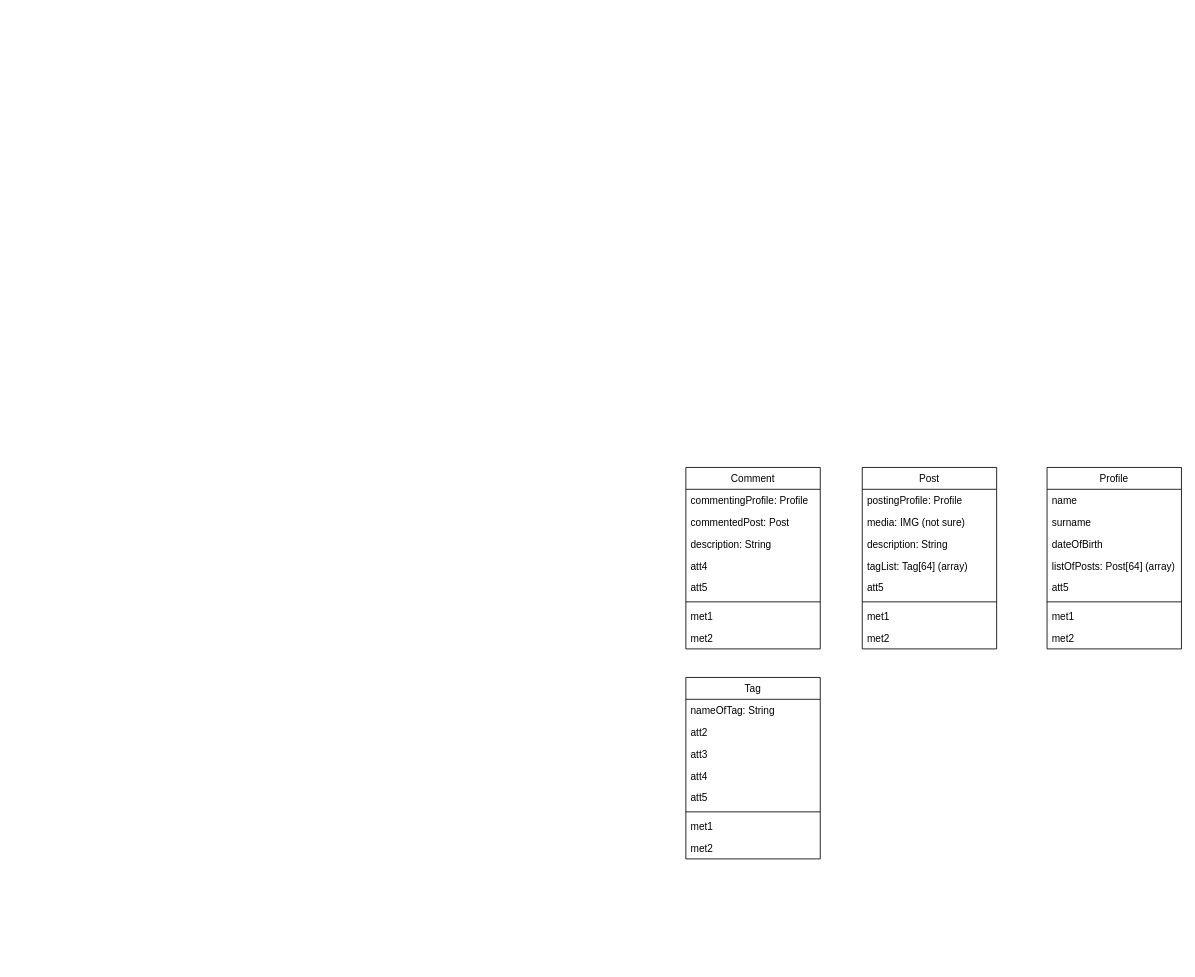
Above: Cmpe352_Class_Diagram.drawio in Pqrq/Cmpe_352_Project (draw.io), before the change. Source tidied: cells renumbered, new cells numbered last; positions are measured from the earlier drawing's top-left corner, leaving out a move shared by most shapes. Both pictures are drawn from the tidied source at 84%, with x=0, y=0 at pixel (685, 467).
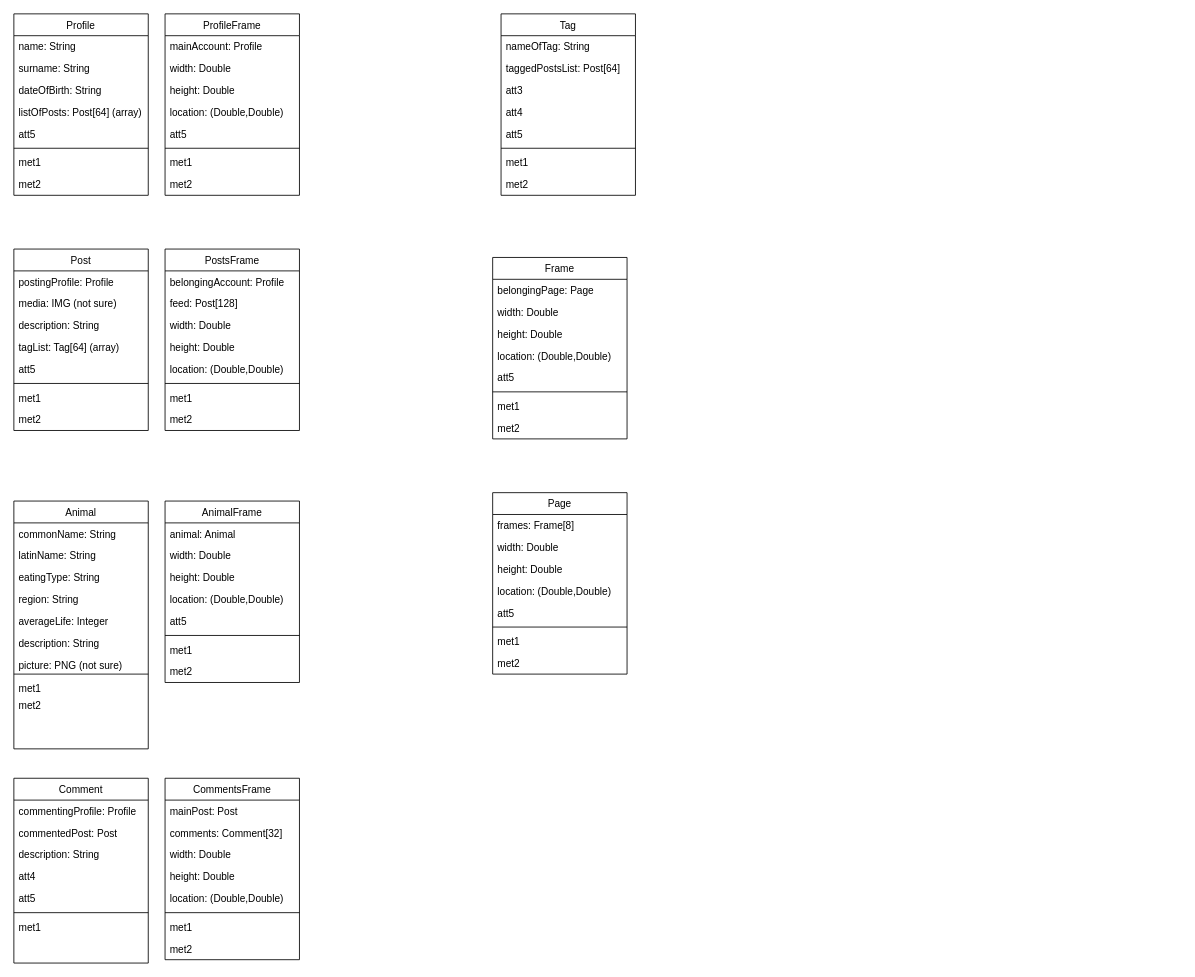
Above is the later version.

What changed in the source:
```diff
@@
     <mxCell id="2" value="Post" style="swimlane;fontStyle=0;align=center;verticalAlign=top;horizontal=1;startSize=26;rounded=0;shadow=0;strokeWidth=1;" parent="1" vertex="1">
-      <mxGeometry x="210" width="160" height="216" as="geometry" />
+      <mxGeometry x="-800" y="-260" width="160" height="216" as="geometry" />
     </mxCell>
@@
     <mxCell id="11" value="Profile" style="swimlane;fontStyle=0;align=center;verticalAlign=top;horizontal=1;startSize=26;rounded=0;shadow=0;strokeWidth=1;" parent="1" vertex="1">
-      <mxGeometry x="430" width="160" height="216" as="geometry" />
+      <mxGeometry x="-800" y="-540" width="160" height="216" as="geometry" />
     </mxCell>
-    <mxCell id="12" value="name" style="text;align=left;verticalAlign=top;spacingLeft=4;spacingRight=4;overflow=hidden;" parent="11" vertex="1">
+    <mxCell id="12" value="name: String" style="text;align=left;verticalAlign=top;spacingLeft=4;spacingRight=4;overflow=hidden;" parent="11" vertex="1">
       <mxGeometry y="26" width="160" height="26" as="geometry" />
     </mxCell>
-    <mxCell id="13" value="surname" style="text;align=left;verticalAlign=top;spacingLeft=4;spacingRight=4;overflow=hidden;rounded=0;shadow=0;html=0;" parent="11" vertex="1">
+    <mxCell id="13" value="surname: String" style="text;align=left;verticalAlign=top;spacingLeft=4;spacingRight=4;overflow=hidden;rounded=0;shadow=0;html=0;" parent="11" vertex="1">
       <mxGeometry y="52" width="160" height="26" as="geometry" />
     </mxCell>
-    <mxCell id="14" value="dateOfBirth" style="text;align=left;verticalAlign=top;spacingLeft=4;spacingRight=4;overflow=hidden;rounded=0;shadow=0;html=0;" parent="11" vertex="1">
+    <mxCell id="14" value="dateOfBirth: String" style="text;align=left;verticalAlign=top;spacingLeft=4;spacingRight=4;overflow=hidden;rounded=0;shadow=0;html=0;" parent="11" vertex="1">
       <mxGeometry y="78" width="160" height="26" as="geometry" />
     </mxCell>
@@
-    <mxCell id="20" value="Comment" style="swimlane;fontStyle=0;align=center;verticalAlign=top;horizontal=1;startSize=26;rounded=0;shadow=0;strokeWidth=1;" parent="1" vertex="1">
-      <mxGeometry width="160" height="216" as="geometry" />
-    </mxCell>
-    <mxCell id="21" value="commentingProfile: Profile" style="text;align=left;verticalAlign=top;spacingLeft=4;spacingRight=4;overflow=hidden;" parent="20" vertex="1">
-      <mxGeometry y="26" width="160" height="26" as="geometry" />
-    </mxCell>
-    <mxCell id="22" value="commentedPost: Post" style="text;align=left;verticalAlign=top;spacingLeft=4;spacingRight=4;overflow=hidden;rounded=0;shadow=0;html=0;" parent="20" vertex="1">
-      <mxGeometry y="52" width="160" height="26" as="geometry" />
-    </mxCell>
-    <mxCell id="23" value="description: String" style="text;align=left;verticalAlign=top;spacingLeft=4;spacingRight=4;overflow=hidden;rounded=0;shadow=0;html=0;" parent="20" vertex="1">
-      <mxGeometry y="78" width="160" height="26" as="geometry" />
-    </mxCell>
-    <mxCell id="24" value="att4" style="text;align=left;verticalAlign=top;spacingLeft=4;spacingRight=4;overflow=hidden;rounded=0;shadow=0;html=0;" parent="20" vertex="1">
-      <mxGeometry y="104" width="160" height="26" as="geometry" />
-    </mxCell>
-    <mxCell id="25" value="att5" style="text;align=left;verticalAlign=top;spacingLeft=4;spacingRight=4;overflow=hidden;rounded=0;shadow=0;html=0;" parent="20" vertex="1">
-      <mxGeometry y="130" width="160" height="26" as="geometry" />
-    </mxCell>
-    <mxCell id="26" style="line;html=1;strokeWidth=1;align=left;verticalAlign=middle;spacingTop=-1;spacingLeft=3;spacingRight=3;labelPosition=right;" parent="20" vertex="1">
-      <mxGeometry y="156" width="160" height="8" as="geometry" />
-    </mxCell>
-    <mxCell id="27" value="met1" style="text;align=left;verticalAlign=top;spacingLeft=4;spacingRight=4;overflow=hidden;" parent="20" vertex="1">
-      <mxGeometry y="164" width="160" height="26" as="geometry" />
-    </mxCell>
-    <mxCell id="28" value="met2" style="text;align=left;verticalAlign=top;spacingLeft=4;spacingRight=4;overflow=hidden;" parent="20" vertex="1">
-      <mxGeometry y="190" width="160" height="20" as="geometry" />
-    </mxCell>
     <mxCell id="29" value="Tag" style="swimlane;fontStyle=0;align=center;verticalAlign=top;horizontal=1;startSize=26;rounded=0;shadow=0;strokeWidth=1;" parent="1" vertex="1">
-      <mxGeometry y="250" width="160" height="216" as="geometry" />
+      <mxGeometry x="-220" y="-540" width="160" height="216" as="geometry" />
     </mxCell>
@@
-    <mxCell id="31" value="att2" style="text;align=left;verticalAlign=top;spacingLeft=4;spacingRight=4;overflow=hidden;rounded=0;shadow=0;html=0;" parent="29" vertex="1">
+    <mxCell id="31" value="taggedPostsList: Post[64]" style="text;align=left;verticalAlign=top;spacingLeft=4;spacingRight=4;overflow=hidden;rounded=0;shadow=0;html=0;" parent="29" vertex="1">
       <mxGeometry y="52" width="160" height="26" as="geometry" />
     </mxCell>
@@
+    <mxCell id="20" value="Comment" style="swimlane;fontStyle=0;align=center;verticalAlign=top;horizontal=1;startSize=26;rounded=0;shadow=0;strokeWidth=1;" parent="1" vertex="1">
+      <mxGeometry x="-800" y="370" width="160" height="220" as="geometry" />
+    </mxCell>
+    <mxCell id="21" value="commentingProfile: Profile" style="text;align=left;verticalAlign=top;spacingLeft=4;spacingRight=4;overflow=hidden;" parent="20" vertex="1">
+      <mxGeometry y="26" width="160" height="26" as="geometry" />
+    </mxCell>
+    <mxCell id="22" value="commentedPost: Post" style="text;align=left;verticalAlign=top;spacingLeft=4;spacingRight=4;overflow=hidden;rounded=0;shadow=0;html=0;" parent="20" vertex="1">
+      <mxGeometry y="52" width="160" height="26" as="geometry" />
+    </mxCell>
+    <mxCell id="23" value="description: String" style="text;align=left;verticalAlign=top;spacingLeft=4;spacingRight=4;overflow=hidden;rounded=0;shadow=0;html=0;" parent="20" vertex="1">
+      <mxGeometry y="78" width="160" height="26" as="geometry" />
+    </mxCell>
+    <mxCell id="24" value="att4" style="text;align=left;verticalAlign=top;spacingLeft=4;spacingRight=4;overflow=hidden;rounded=0;shadow=0;html=0;" parent="20" vertex="1">
+      <mxGeometry y="104" width="160" height="26" as="geometry" />
+    </mxCell>
+    <mxCell id="38" value="att5" style="text;align=left;verticalAlign=top;spacingLeft=4;spacingRight=4;overflow=hidden;rounded=0;shadow=0;html=0;" parent="20" vertex="1">
+      <mxGeometry y="130" width="160" height="26" as="geometry" />
+    </mxCell>
+    <mxCell id="39" style="line;html=1;strokeWidth=1;align=left;verticalAlign=middle;spacingTop=-1;spacingLeft=3;spacingRight=3;labelPosition=right;" parent="20" vertex="1">
+      <mxGeometry y="156" width="160" height="8" as="geometry" />
+    </mxCell>
+    <mxCell id="40" value="met1" style="text;align=left;verticalAlign=top;spacingLeft=4;spacingRight=4;overflow=hidden;" parent="20" vertex="1">
+      <mxGeometry y="164" width="160" height="26" as="geometry" />
+    </mxCell>
+    <mxCell id="41" value="PostsFrame" style="swimlane;fontStyle=0;align=center;verticalAlign=top;horizontal=1;startSize=26;rounded=0;shadow=0;strokeWidth=1;" parent="1" vertex="1">
+      <mxGeometry x="-620" y="-260" width="160" height="216" as="geometry" />
+    </mxCell>
+    <mxCell id="42" value="belongingAccount: Profile" style="text;align=left;verticalAlign=top;spacingLeft=4;spacingRight=4;overflow=hidden;" parent="41" vertex="1">
+      <mxGeometry y="26" width="160" height="26" as="geometry" />
+    </mxCell>
+    <mxCell id="43" value="feed: Post[128]" style="text;align=left;verticalAlign=top;spacingLeft=4;spacingRight=4;overflow=hidden;rounded=0;shadow=0;html=0;" parent="41" vertex="1">
+      <mxGeometry y="52" width="160" height="26" as="geometry" />
+    </mxCell>
+    <mxCell id="44" value="width: Double" style="text;align=left;verticalAlign=top;spacingLeft=4;spacingRight=4;overflow=hidden;rounded=0;shadow=0;html=0;" parent="41" vertex="1">
+      <mxGeometry y="78" width="160" height="26" as="geometry" />
+    </mxCell>
+    <mxCell id="45" value="height: Double" style="text;align=left;verticalAlign=top;spacingLeft=4;spacingRight=4;overflow=hidden;rounded=0;shadow=0;html=0;" parent="41" vertex="1">
+      <mxGeometry y="104" width="160" height="26" as="geometry" />
+    </mxCell>
+    <mxCell id="46" value="location: (Double,Double)" style="text;align=left;verticalAlign=top;spacingLeft=4;spacingRight=4;overflow=hidden;rounded=0;shadow=0;html=0;" parent="41" vertex="1">
+      <mxGeometry y="130" width="160" height="26" as="geometry" />
+    </mxCell>
+    <mxCell id="47" style="line;html=1;strokeWidth=1;align=left;verticalAlign=middle;spacingTop=-1;spacingLeft=3;spacingRight=3;labelPosition=right;" parent="41" vertex="1">
+      <mxGeometry y="156" width="160" height="8" as="geometry" />
+    </mxCell>
+    <mxCell id="48" value="met1" style="text;align=left;verticalAlign=top;spacingLeft=4;spacingRight=4;overflow=hidden;" parent="41" vertex="1">
+      <mxGeometry y="164" width="160" height="26" as="geometry" />
+    </mxCell>
+    <mxCell id="49" value="met2" style="text;align=left;verticalAlign=top;spacingLeft=4;spacingRight=4;overflow=hidden;" parent="41" vertex="1">
+      <mxGeometry y="190" width="160" height="20" as="geometry" />
+    </mxCell>
+    <mxCell id="50" value="CommentsFrame" style="swimlane;fontStyle=0;align=center;verticalAlign=top;horizontal=1;startSize=26;rounded=0;shadow=0;strokeWidth=1;" parent="1" vertex="1">
+      <mxGeometry x="-620" y="370" width="160" height="216" as="geometry" />
+    </mxCell>
+    <mxCell id="51" value="mainPost: Post" style="text;align=left;verticalAlign=top;spacingLeft=4;spacingRight=4;overflow=hidden;" parent="50" vertex="1">
+      <mxGeometry y="26" width="160" height="26" as="geometry" />
+    </mxCell>
+    <mxCell id="52" value="comments: Comment[32]" style="text;align=left;verticalAlign=top;spacingLeft=4;spacingRight=4;overflow=hidden;rounded=0;shadow=0;html=0;" parent="50" vertex="1">
+      <mxGeometry y="52" width="160" height="26" as="geometry" />
+    </mxCell>
+    <mxCell id="53" value="width: Double" style="text;align=left;verticalAlign=top;spacingLeft=4;spacingRight=4;overflow=hidden;rounded=0;shadow=0;html=0;" parent="50" vertex="1">
+      <mxGeometry y="78" width="160" height="26" as="geometry" />
+    </mxCell>
+    <mxCell id="54" value="height: Double" style="text;align=left;verticalAlign=top;spacingLeft=4;spacingRight=4;overflow=hidden;rounded=0;shadow=0;html=0;" parent="50" vertex="1">
+      <mxGeometry y="104" width="160" height="26" as="geometry" />
+    </mxCell>
+    <mxCell id="55" value="location: (Double,Double)" style="text;align=left;verticalAlign=top;spacingLeft=4;spacingRight=4;overflow=hidden;rounded=0;shadow=0;html=0;" parent="50" vertex="1">
+      <mxGeometry y="130" width="160" height="26" as="geometry" />
+    </mxCell>
+    <mxCell id="56" style="line;html=1;strokeWidth=1;align=left;verticalAlign=middle;spacingTop=-1;spacingLeft=3;spacingRight=3;labelPosition=right;" parent="50" vertex="1">
+      <mxGeometry y="156" width="160" height="8" as="geometry" />
+    </mxCell>
+    <mxCell id="57" value="met1" style="text;align=left;verticalAlign=top;spacingLeft=4;spacingRight=4;overflow=hidden;" parent="50" vertex="1">
+      <mxGeometry y="164" width="160" height="26" as="geometry" />
+    </mxCell>
+    <mxCell id="58" value="met2" style="text;align=left;verticalAlign=top;spacingLeft=4;spacingRight=4;overflow=hidden;" parent="50" vertex="1">
+      <mxGeometry y="190" width="160" height="20" as="geometry" />
+    </mxCell>
+    <mxCell id="59" value="Animal" style="swimlane;fontStyle=0;align=center;verticalAlign=top;horizontal=1;startSize=26;rounded=0;shadow=0;strokeWidth=1;" parent="1" vertex="1">
+      <mxGeometry x="-800" y="40" width="160" height="295" as="geometry" />
+    </mxCell>
+    <mxCell id="60" value="commonName: String" style="text;align=left;verticalAlign=top;spacingLeft=4;spacingRight=4;overflow=hidden;" parent="59" vertex="1">
+      <mxGeometry y="26" width="160" height="26" as="geometry" />
+    </mxCell>
+    <mxCell id="61" value="latinName: String" style="text;align=left;verticalAlign=top;spacingLeft=4;spacingRight=4;overflow=hidden;rounded=0;shadow=0;html=0;" parent="59" vertex="1">
+      <mxGeometry y="52" width="160" height="26" as="geometry" />
+    </mxCell>
+    <mxCell id="62" value="eatingType: String" style="text;align=left;verticalAlign=top;spacingLeft=4;spacingRight=4;overflow=hidden;rounded=0;shadow=0;html=0;" parent="59" vertex="1">
+      <mxGeometry y="78" width="160" height="26" as="geometry" />
+    </mxCell>
+    <mxCell id="63" value="region: String" style="text;align=left;verticalAlign=top;spacingLeft=4;spacingRight=4;overflow=hidden;rounded=0;shadow=0;html=0;" parent="59" vertex="1">
+      <mxGeometry y="104" width="160" height="26" as="geometry" />
+    </mxCell>
+    <mxCell id="64" value="averageLife: Integer" style="text;align=left;verticalAlign=top;spacingLeft=4;spacingRight=4;overflow=hidden;rounded=0;shadow=0;html=0;" parent="59" vertex="1">
+      <mxGeometry y="130" width="160" height="26" as="geometry" />
+    </mxCell>
+    <mxCell id="65" value="description: String" style="text;align=left;verticalAlign=top;spacingLeft=4;spacingRight=4;overflow=hidden;" parent="59" vertex="1">
+      <mxGeometry y="156" width="160" height="26" as="geometry" />
+    </mxCell>
+    <mxCell id="66" value="picture: PNG (not sure)" style="text;align=left;verticalAlign=top;spacingLeft=4;spacingRight=4;overflow=hidden;" parent="59" vertex="1">
+      <mxGeometry y="182" width="160" height="20" as="geometry" />
+    </mxCell>
+    <mxCell id="67" style="line;html=1;strokeWidth=1;align=left;verticalAlign=middle;spacingTop=-1;spacingLeft=3;spacingRight=3;labelPosition=right;" parent="59" vertex="1">
+      <mxGeometry y="202" width="160" height="8" as="geometry" />
+    </mxCell>
+    <mxCell id="68" value="met1" style="text;align=left;verticalAlign=top;spacingLeft=4;spacingRight=4;overflow=hidden;" parent="59" vertex="1">
+      <mxGeometry y="210" width="160" height="20" as="geometry" />
+    </mxCell>
+    <mxCell id="69" value="met2" style="text;align=left;verticalAlign=top;spacingLeft=4;spacingRight=4;overflow=hidden;" parent="59" vertex="1">
+      <mxGeometry y="230" width="160" height="20" as="geometry" />
+    </mxCell>
+    <mxCell id="70" value="AnimalFrame" style="swimlane;fontStyle=0;align=center;verticalAlign=top;horizontal=1;startSize=26;rounded=0;shadow=0;strokeWidth=1;" parent="1" vertex="1">
+      <mxGeometry x="-620" y="40" width="160" height="216" as="geometry" />
+    </mxCell>
+    <mxCell id="71" value="animal: Animal" style="text;align=left;verticalAlign=top;spacingLeft=4;spacingRight=4;overflow=hidden;" parent="70" vertex="1">
+      <mxGeometry y="26" width="160" height="26" as="geometry" />
+    </mxCell>
+    <mxCell id="72" value="width: Double" style="text;align=left;verticalAlign=top;spacingLeft=4;spacingRight=4;overflow=hidden;rounded=0;shadow=0;html=0;" parent="70" vertex="1">
+      <mxGeometry y="52" width="160" height="26" as="geometry" />
+    </mxCell>
+    <mxCell id="73" value="height: Double" style="text;align=left;verticalAlign=top;spacingLeft=4;spacingRight=4;overflow=hidden;rounded=0;shadow=0;html=0;" parent="70" vertex="1">
+      <mxGeometry y="78" width="160" height="26" as="geometry" />
+    </mxCell>
+    <mxCell id="74" value="location: (Double,Double)" style="text;align=left;verticalAlign=top;spacingLeft=4;spacingRight=4;overflow=hidden;rounded=0;shadow=0;html=0;" parent="70" vertex="1">
+      <mxGeometry y="104" width="160" height="26" as="geometry" />
+    </mxCell>
+    <mxCell id="75" value="att5" style="text;align=left;verticalAlign=top;spacingLeft=4;spacingRight=4;overflow=hidden;rounded=0;shadow=0;html=0;" parent="70" vertex="1">
+      <mxGeometry y="130" width="160" height="26" as="geometry" />
+    </mxCell>
+    <mxCell id="76" style="line;html=1;strokeWidth=1;align=left;verticalAlign=middle;spacingTop=-1;spacingLeft=3;spacingRight=3;labelPosition=right;" parent="70" vertex="1">
+      <mxGeometry y="156" width="160" height="8" as="geometry" />
+    </mxCell>
+    <mxCell id="77" value="met1" style="text;align=left;verticalAlign=top;spacingLeft=4;spacingRight=4;overflow=hidden;" parent="70" vertex="1">
+      <mxGeometry y="164" width="160" height="26" as="geometry" />
+    </mxCell>
+    <mxCell id="78" value="met2" style="text;align=left;verticalAlign=top;spacingLeft=4;spacingRight=4;overflow=hidden;" parent="70" vertex="1">
+      <mxGeometry y="190" width="160" height="20" as="geometry" />
+    </mxCell>
+    <mxCell id="79" value="ProfileFrame" style="swimlane;fontStyle=0;align=center;verticalAlign=top;horizontal=1;startSize=26;rounded=0;shadow=0;strokeWidth=1;" parent="1" vertex="1">
+      <mxGeometry x="-620" y="-540" width="160" height="216" as="geometry" />
+    </mxCell>
+    <mxCell id="80" value="mainAccount: Profile" style="text;align=left;verticalAlign=top;spacingLeft=4;spacingRight=4;overflow=hidden;" parent="79" vertex="1">
+      <mxGeometry y="26" width="160" height="26" as="geometry" />
+    </mxCell>
+    <mxCell id="81" value="width: Double" style="text;align=left;verticalAlign=top;spacingLeft=4;spacingRight=4;overflow=hidden;rounded=0;shadow=0;html=0;" parent="79" vertex="1">
+      <mxGeometry y="52" width="160" height="26" as="geometry" />
+    </mxCell>
+    <mxCell id="82" value="height: Double" style="text;align=left;verticalAlign=top;spacingLeft=4;spacingRight=4;overflow=hidden;rounded=0;shadow=0;html=0;" parent="79" vertex="1">
+      <mxGeometry y="78" width="160" height="26" as="geometry" />
+    </mxCell>
+    <mxCell id="83" value="location: (Double,Double)" style="text;align=left;verticalAlign=top;spacingLeft=4;spacingRight=4;overflow=hidden;rounded=0;shadow=0;html=0;" parent="79" vertex="1">
+      <mxGeometry y="104" width="160" height="26" as="geometry" />
+    </mxCell>
+    <mxCell id="84" value="att5" style="text;align=left;verticalAlign=top;spacingLeft=4;spacingRight=4;overflow=hidden;rounded=0;shadow=0;html=0;" parent="79" vertex="1">
+      <mxGeometry y="130" width="160" height="26" as="geometry" />
+    </mxCell>
+    <mxCell id="85" style="line;html=1;strokeWidth=1;align=left;verticalAlign=middle;spacingTop=-1;spacingLeft=3;spacingRight=3;labelPosition=right;" parent="79" vertex="1">
+      <mxGeometry y="156" width="160" height="8" as="geometry" />
+    </mxCell>
+    <mxCell id="86" value="met1" style="text;align=left;verticalAlign=top;spacingLeft=4;spacingRight=4;overflow=hidden;" parent="79" vertex="1">
+      <mxGeometry y="164" width="160" height="26" as="geometry" />
+    </mxCell>
+    <mxCell id="87" value="met2" style="text;align=left;verticalAlign=top;spacingLeft=4;spacingRight=4;overflow=hidden;" parent="79" vertex="1">
+      <mxGeometry y="190" width="160" height="20" as="geometry" />
+    </mxCell>
+    <mxCell id="88" value="Frame" style="swimlane;fontStyle=0;align=center;verticalAlign=top;horizontal=1;startSize=26;rounded=0;shadow=0;strokeWidth=1;" parent="1" vertex="1">
+      <mxGeometry x="-230" y="-250" width="160" height="216" as="geometry" />
+    </mxCell>
+    <mxCell id="89" value="belongingPage: Page" style="text;align=left;verticalAlign=top;spacingLeft=4;spacingRight=4;overflow=hidden;" parent="88" vertex="1">
+      <mxGeometry y="26" width="160" height="26" as="geometry" />
+    </mxCell>
+    <mxCell id="90" value="width: Double" style="text;align=left;verticalAlign=top;spacingLeft=4;spacingRight=4;overflow=hidden;rounded=0;shadow=0;html=0;" parent="88" vertex="1">
+      <mxGeometry y="52" width="160" height="26" as="geometry" />
+    </mxCell>
+    <mxCell id="91" value="height: Double" style="text;align=left;verticalAlign=top;spacingLeft=4;spacingRight=4;overflow=hidden;rounded=0;shadow=0;html=0;" parent="88" vertex="1">
+      <mxGeometry y="78" width="160" height="26" as="geometry" />
+    </mxCell>
+    <mxCell id="92" value="location: (Double,Double)" style="text;align=left;verticalAlign=top;spacingLeft=4;spacingRight=4;overflow=hidden;rounded=0;shadow=0;html=0;" parent="88" vertex="1">
+      <mxGeometry y="104" width="160" height="26" as="geometry" />
+    </mxCell>
+    <mxCell id="93" value="att5" style="text;align=left;verticalAlign=top;spacingLeft=4;spacingRight=4;overflow=hidden;rounded=0;shadow=0;html=0;" parent="88" vertex="1">
+      <mxGeometry y="130" width="160" height="26" as="geometry" />
+    </mxCell>
+    <mxCell id="94" style="line;html=1;strokeWidth=1;align=left;verticalAlign=middle;spacingTop=-1;spacingLeft=3;spacingRight=3;labelPosition=right;" parent="88" vertex="1">
+      <mxGeometry y="156" width="160" height="8" as="geometry" />
+    </mxCell>
+    <mxCell id="95" value="met1" style="text;align=left;verticalAlign=top;spacingLeft=4;spacingRight=4;overflow=hidden;" parent="88" vertex="1">
+      <mxGeometry y="164" width="160" height="26" as="geometry" />
+    </mxCell>
+    <mxCell id="96" value="met2" style="text;align=left;verticalAlign=top;spacingLeft=4;spacingRight=4;overflow=hidden;" parent="88" vertex="1">
+      <mxGeometry y="190" width="160" height="20" as="geometry" />
+    </mxCell>
+    <mxCell id="97" value="Page" style="swimlane;fontStyle=0;align=center;verticalAlign=top;horizontal=1;startSize=26;rounded=0;shadow=0;strokeWidth=1;" parent="1" vertex="1">
+      <mxGeometry x="-230" y="30" width="160" height="216" as="geometry" />
+    </mxCell>
+    <mxCell id="98" value="frames: Frame[8]" style="text;align=left;verticalAlign=top;spacingLeft=4;spacingRight=4;overflow=hidden;" parent="97" vertex="1">
+      <mxGeometry y="26" width="160" height="26" as="geometry" />
+    </mxCell>
+    <mxCell id="99" value="width: Double" style="text;align=left;verticalAlign=top;spacingLeft=4;spacingRight=4;overflow=hidden;rounded=0;shadow=0;html=0;" parent="97" vertex="1">
+      <mxGeometry y="52" width="160" height="26" as="geometry" />
+    </mxCell>
+    <mxCell id="100" value="height: Double" style="text;align=left;verticalAlign=top;spacingLeft=4;spacingRight=4;overflow=hidden;rounded=0;shadow=0;html=0;" parent="97" vertex="1">
+      <mxGeometry y="78" width="160" height="26" as="geometry" />
+    </mxCell>
+    <mxCell id="101" value="location: (Double,Double)" style="text;align=left;verticalAlign=top;spacingLeft=4;spacingRight=4;overflow=hidden;rounded=0;shadow=0;html=0;" parent="97" vertex="1">
+      <mxGeometry y="104" width="160" height="26" as="geometry" />
+    </mxCell>
+    <mxCell id="102" value="att5" style="text;align=left;verticalAlign=top;spacingLeft=4;spacingRight=4;overflow=hidden;rounded=0;shadow=0;html=0;" parent="97" vertex="1">
+      <mxGeometry y="130" width="160" height="26" as="geometry" />
+    </mxCell>
+    <mxCell id="103" style="line;html=1;strokeWidth=1;align=left;verticalAlign=middle;spacingTop=-1;spacingLeft=3;spacingRight=3;labelPosition=right;" parent="97" vertex="1">
+      <mxGeometry y="156" width="160" height="8" as="geometry" />
+    </mxCell>
+    <mxCell id="104" value="met1" style="text;align=left;verticalAlign=top;spacingLeft=4;spacingRight=4;overflow=hidden;" parent="97" vertex="1">
+      <mxGeometry y="164" width="160" height="26" as="geometry" />
+    </mxCell>
+    <mxCell id="105" value="met2" style="text;align=left;verticalAlign=top;spacingLeft=4;spacingRight=4;overflow=hidden;" parent="97" vertex="1">
+      <mxGeometry y="190" width="160" height="20" as="geometry" />
+    </mxCell>
```
